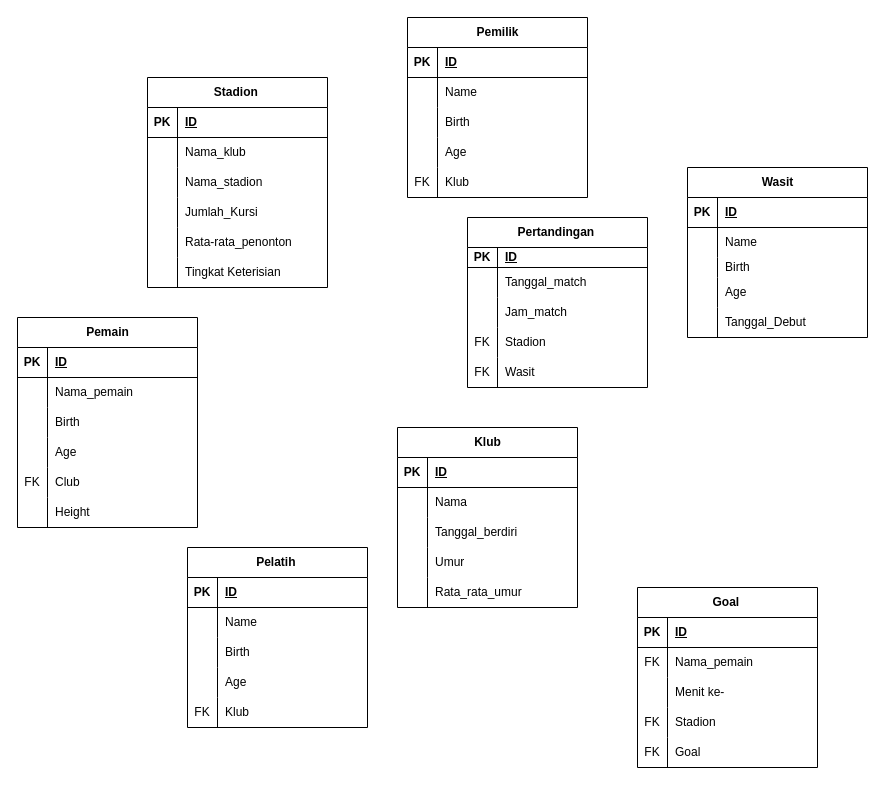
Above: Football.drawio in scsjaej/BengkelGo_Asset (draw.io), before the change. Source tidied: cells renumbered, new cells numbered last; positions are measured from the earlier drawing's top-left corner, leaving out a move shared by most shapes. Both pictures are drawn from the tidied source at 100%, with x=0, y=0 at pixel (17, 17).
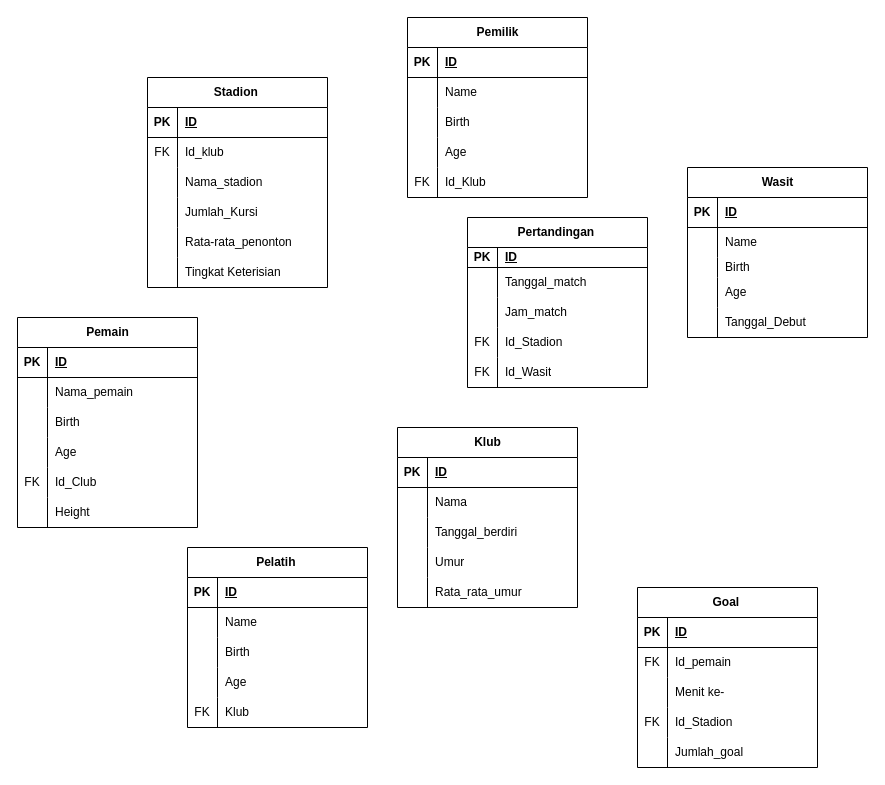
The same diagram, later.

Unchanged cells that the change refers to:
```xml
<mxCell id="15" style="shape=tableRow;horizontal=0;startSize=0;swimlaneHead=0;swimlaneBody=0;fillColor=none;top=0;left=0;right=0;bottom=0;" parent="2" vertex="1">
  <mxGeometry y="150" width="180" height="30" as="geometry" />
</mxCell>
<mxCell id="57" style="shape=tableRow;horizontal=0;startSize=0;swimlaneHead=0;swimlaneBody=0;fillColor=none;top=0;left=0;right=0;bottom=0;" parent="53" vertex="1">
  <mxGeometry y="60" width="180" height="30" as="geometry" />
</mxCell>
<mxCell id="85" style="shape=tableRow;horizontal=0;startSize=0;swimlaneHead=0;swimlaneBody=0;fillColor=none;top=0;left=0;right=0;bottom=0;" parent="72" vertex="1">
  <mxGeometry y="150" width="180" height="30" as="geometry" />
</mxCell>
<mxCell id="114" style="shape=tableRow;horizontal=0;startSize=0;swimlaneHead=0;swimlaneBody=0;fillColor=none;top=0;left=0;right=0;bottom=0;" parent="104" vertex="1">
  <mxGeometry y="110" width="180" height="30" as="geometry" />
</mxCell>
<mxCell id="117" style="shape=tableRow;horizontal=0;startSize=0;swimlaneHead=0;swimlaneBody=0;fillColor=none;top=0;left=0;right=0;bottom=0;" parent="104" vertex="1">
  <mxGeometry y="140" width="180" height="30" as="geometry" />
</mxCell>
<mxCell id="124" style="shape=tableRow;horizontal=0;startSize=0;swimlaneHead=0;swimlaneBody=0;fillColor=none;top=0;left=0;right=0;bottom=0;" parent="120" vertex="1">
  <mxGeometry y="60" width="180" height="30" as="geometry" />
</mxCell>
<mxCell id="130" style="shape=tableRow;horizontal=0;startSize=0;swimlaneHead=0;swimlaneBody=0;fillColor=none;top=0;left=0;right=0;bottom=0;" parent="120" vertex="1">
  <mxGeometry y="120" width="180" height="30" as="geometry" />
</mxCell>
<mxCell id="133" style="shape=tableRow;horizontal=0;startSize=0;swimlaneHead=0;swimlaneBody=0;fillColor=none;top=0;left=0;right=0;bottom=0;" parent="120" vertex="1">
  <mxGeometry y="150" width="180" height="30" as="geometry" />
</mxCell>
```

What changed in the source:
```diff
@@
-    <mxCell id="17" value="Club" style="shape=partialRectangle;fillColor=none;top=0;left=0;bottom=0;right=0;align=left;spacingLeft=6;overflow=hidden;whiteSpace=wrap;html=1;" parent="15" vertex="1">
+    <mxCell id="17" value="Id_Club" style="shape=partialRectangle;fillColor=none;top=0;left=0;bottom=0;right=0;align=left;spacingLeft=6;overflow=hidden;whiteSpace=wrap;html=1;" parent="15" vertex="1">
       <mxGeometry x="30" width="150" height="30" as="geometry" />
     </mxCell>
@@
-    <mxCell id="58" style="shape=partialRectangle;fillColor=none;top=0;left=0;bottom=0;right=0;overflow=hidden;whiteSpace=wrap;html=1;" parent="57" vertex="1">
+    <mxCell id="58" value="FK" style="shape=partialRectangle;fillColor=none;top=0;left=0;bottom=0;right=0;overflow=hidden;whiteSpace=wrap;html=1;" parent="57" vertex="1">
       <mxGeometry width="30" height="30" as="geometry" />
     </mxCell>
-    <mxCell id="59" value="Nama_klub" style="shape=partialRectangle;fillColor=none;top=0;left=0;bottom=0;right=0;align=left;spacingLeft=6;overflow=hidden;whiteSpace=wrap;html=1;" parent="57" vertex="1">
+    <mxCell id="59" value="Id_klub" style="shape=partialRectangle;fillColor=none;top=0;left=0;bottom=0;right=0;align=left;spacingLeft=6;overflow=hidden;whiteSpace=wrap;html=1;" parent="57" vertex="1">
       <mxGeometry x="30" width="150" height="30" as="geometry" />
     </mxCell>
@@
-    <mxCell id="87" value="Klub" style="shape=partialRectangle;fillColor=none;top=0;left=0;bottom=0;right=0;align=left;spacingLeft=6;overflow=hidden;whiteSpace=wrap;html=1;" parent="85" vertex="1">
+    <mxCell id="87" value="Id_Klub" style="shape=partialRectangle;fillColor=none;top=0;left=0;bottom=0;right=0;align=left;spacingLeft=6;overflow=hidden;whiteSpace=wrap;html=1;" parent="85" vertex="1">
       <mxGeometry x="30" width="150" height="30" as="geometry" />
     </mxCell>
@@
-    <mxCell id="116" value="Stadion" style="shape=partialRectangle;fillColor=none;top=0;left=0;bottom=0;right=0;align=left;spacingLeft=6;overflow=hidden;whiteSpace=wrap;html=1;" parent="114" vertex="1">
+    <mxCell id="116" value="Id_Stadion" style="shape=partialRectangle;fillColor=none;top=0;left=0;bottom=0;right=0;align=left;spacingLeft=6;overflow=hidden;whiteSpace=wrap;html=1;" parent="114" vertex="1">
       <mxGeometry x="30" width="150" height="30" as="geometry" />
     </mxCell>
@@
-    <mxCell id="119" value="Wasit" style="shape=partialRectangle;fillColor=none;top=0;left=0;bottom=0;right=0;align=left;spacingLeft=6;overflow=hidden;whiteSpace=wrap;html=1;" parent="117" vertex="1">
+    <mxCell id="119" value="Id_Wasit" style="shape=partialRectangle;fillColor=none;top=0;left=0;bottom=0;right=0;align=left;spacingLeft=6;overflow=hidden;whiteSpace=wrap;html=1;" parent="117" vertex="1">
       <mxGeometry x="30" width="150" height="30" as="geometry" />
     </mxCell>
@@
-    <mxCell id="126" value="Nama_pemain" style="shape=partialRectangle;fillColor=none;top=0;left=0;bottom=0;right=0;align=left;spacingLeft=6;overflow=hidden;whiteSpace=wrap;html=1;" parent="124" vertex="1">
+    <mxCell id="126" value="Id_pemain" style="shape=partialRectangle;fillColor=none;top=0;left=0;bottom=0;right=0;align=left;spacingLeft=6;overflow=hidden;whiteSpace=wrap;html=1;" parent="124" vertex="1">
       <mxGeometry x="30" width="150" height="30" as="geometry" />
     </mxCell>
@@
-    <mxCell id="132" value="Stadion" style="shape=partialRectangle;fillColor=none;top=0;left=0;bottom=0;right=0;align=left;spacingLeft=6;overflow=hidden;whiteSpace=wrap;html=1;" parent="130" vertex="1">
+    <mxCell id="132" value="Id_Stadion" style="shape=partialRectangle;fillColor=none;top=0;left=0;bottom=0;right=0;align=left;spacingLeft=6;overflow=hidden;whiteSpace=wrap;html=1;" parent="130" vertex="1">
       <mxGeometry x="30" width="150" height="30" as="geometry" />
     </mxCell>
@@
-    <mxCell id="134" value="FK" style="shape=partialRectangle;fillColor=none;top=0;left=0;bottom=0;right=0;overflow=hidden;whiteSpace=wrap;html=1;" parent="133" vertex="1">
+    <mxCell id="134" style="shape=partialRectangle;fillColor=none;top=0;left=0;bottom=0;right=0;overflow=hidden;whiteSpace=wrap;html=1;" parent="133" vertex="1">
       <mxGeometry width="30" height="30" as="geometry" />
     </mxCell>
-    <mxCell id="135" value="Goal" style="shape=partialRectangle;fillColor=none;top=0;left=0;bottom=0;right=0;align=left;spacingLeft=6;overflow=hidden;whiteSpace=wrap;html=1;" parent="133" vertex="1">
+    <mxCell id="135" value="Jumlah_goal" style="shape=partialRectangle;fillColor=none;top=0;left=0;bottom=0;right=0;align=left;spacingLeft=6;overflow=hidden;whiteSpace=wrap;html=1;" parent="133" vertex="1">
       <mxGeometry x="30" width="150" height="30" as="geometry" />
     </mxCell>
```
